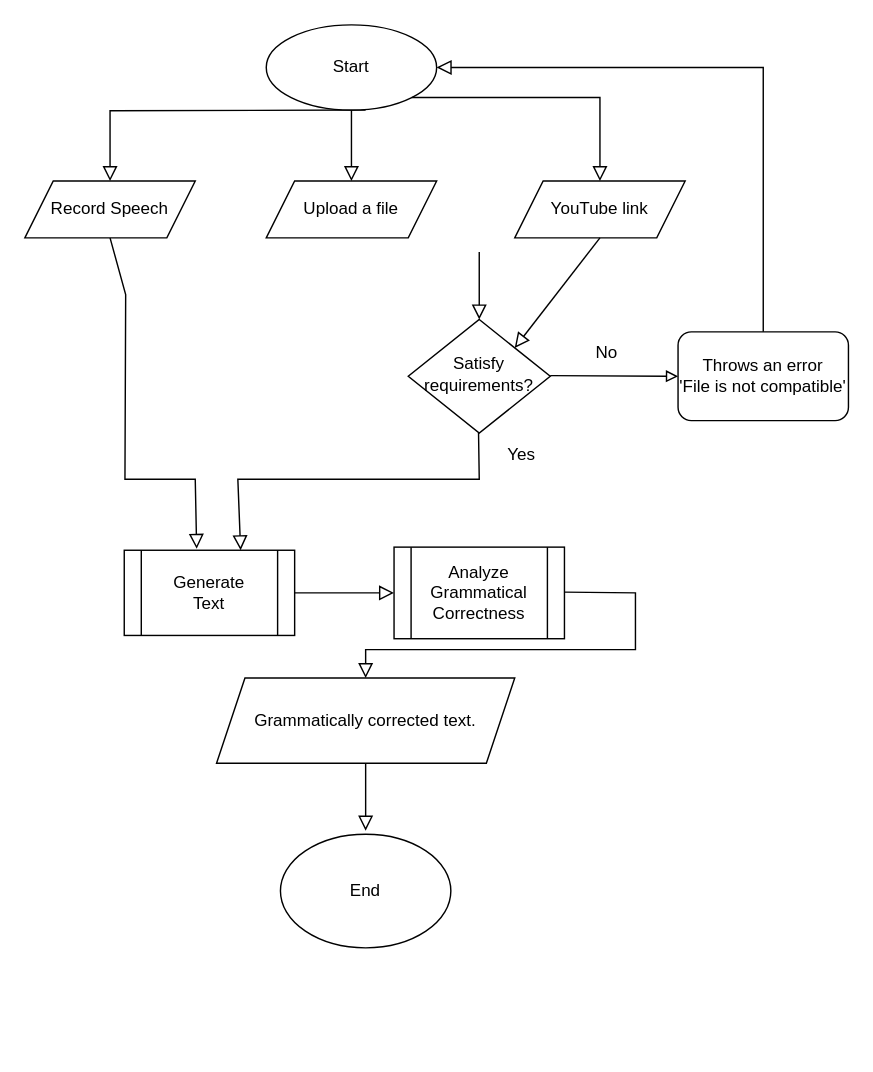
Earlier version of the draw.io diagram IPO.drawio (JVincentG/Diagrams). Source tidied: cells renumbered, new cells numbered last; positions are measured from the earlier drawing's top-left corner, leaving out a move shared by most shapes. Both pictures are drawn from the tidied source at 142%, with x=0, y=0 at pixel (24, 24).
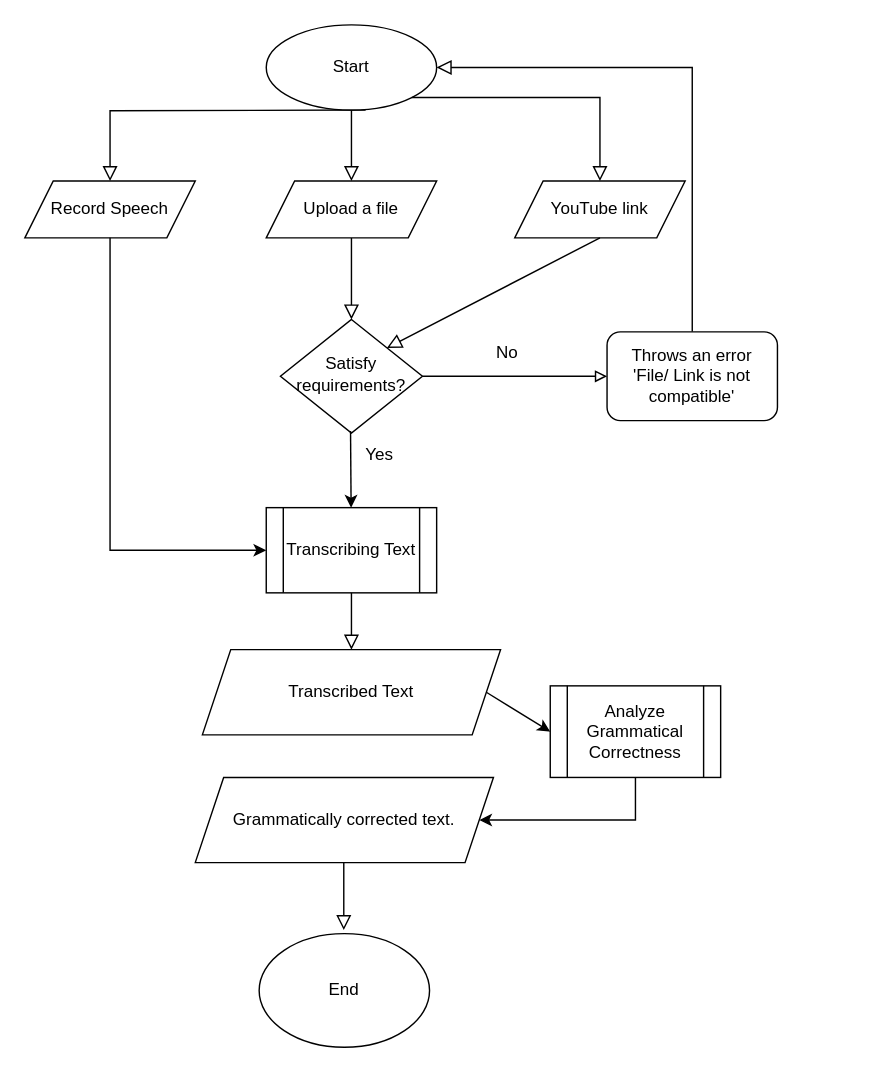
After the change.

Unchanged cells that the change refers to:
```xml
<mxCell id="10" value="Upload a file" style="shape=parallelogram;perimeter=parallelogramPerimeter;whiteSpace=wrap;html=1;fixedSize=1;" parent="1" vertex="1">
  <mxGeometry x="170" y="110" width="120" height="40" as="geometry" />
</mxCell>
<mxCell id="11" value="Record Speech" style="shape=parallelogram;perimeter=parallelogramPerimeter;whiteSpace=wrap;html=1;fixedSize=1;" parent="1" vertex="1">
  <mxGeometry y="110" width="120" height="40" as="geometry" />
</mxCell>
<mxCell id="14" value="Start" style="ellipse;whiteSpace=wrap;html=1;" parent="1" vertex="1">
  <mxGeometry x="170" width="120" height="60" as="geometry" />
</mxCell>
```

Change to the diagram source:
```diff
@@
     <mxCell id="3" value="Satisfy&lt;br&gt;requirements?" style="rhombus;whiteSpace=wrap;html=1;shadow=0;fontFamily=Helvetica;fontSize=12;align=center;strokeWidth=1;spacing=6;spacingTop=-4;" parent="1" vertex="1">
-      <mxGeometry x="270" y="207.5" width="100" height="80" as="geometry" />
+      <mxGeometry x="180" y="207.5" width="100" height="80" as="geometry" />
     </mxCell>
-    <mxCell id="4" value="Throws an error&lt;br&gt;'File is not compatible'" style="rounded=1;whiteSpace=wrap;html=1;fontSize=12;glass=0;strokeWidth=1;shadow=0;" parent="1" vertex="1">
-      <mxGeometry x="460" y="216.2" width="120" height="62.5" as="geometry" />
-    </mxCell>
-    <mxCell id="5" style="endArrow=block;html=1;rounded=0;endFill=0;" parent="1" edge="1">
+    <mxCell id="5" style="endArrow=block;html=1;rounded=0;endFill=0;exitX=1;exitY=0.5;exitDx=0;exitDy=0;" parent="1" edge="1" source="4">
       <mxGeometry relative="1" as="geometry">
-        <mxPoint x="370" y="247" as="sourcePoint" />
         <mxPoint x="460" y="247.5" as="targetPoint" />
       </mxGeometry>
     </mxCell>
     <mxCell id="6" value="No" style="text;html=1;strokeColor=none;fillColor=none;align=center;verticalAlign=middle;whiteSpace=wrap;rounded=0;" parent="1" vertex="1">
-      <mxGeometry x="380" y="216.2" width="60" height="30" as="geometry" />
+      <mxGeometry x="310" y="216.2" width="60" height="30" as="geometry" />
     </mxCell>
-    <mxCell id="7" style="endArrow=block;html=1;rounded=0;entryX=1;entryY=0.5;entryDx=0;entryDy=0;endFill=0;endSize=8;" parent="1" edge="1" target="14">
+    <mxCell id="7" style="endArrow=block;html=1;rounded=0;entryX=1;entryY=0.5;entryDx=0;entryDy=0;endFill=0;endSize=8;exitX=0.5;exitY=0;exitDx=0;exitDy=0;" parent="1" edge="1" source="4" target="14">
       <mxGeometry relative="1" as="geometry">
-        <mxPoint x="520" y="216.2" as="sourcePoint" />
         <Array as="points">
-          <mxPoint x="520" y="30" />
+          <mxPoint x="470" y="30" />
         </Array>
       </mxGeometry>
     </mxCell>
-    <mxCell id="8" style="endArrow=block;html=1;rounded=0;endFill=0;entryX=0.5;entryY=0;entryDx=0;entryDy=0;exitX=0.5;exitY=1;exitDx=0;exitDy=0;endSize=8;" parent="1" edge="1" target="3">
-      <mxGeometry relative="1" as="geometry">
-        <mxPoint x="320" y="160" as="sourcePoint" />
-      </mxGeometry>
+    <mxCell id="8" style="endArrow=block;html=1;rounded=0;endFill=0;entryX=0.5;entryY=0;entryDx=0;entryDy=0;exitX=0.5;exitY=1;exitDx=0;exitDy=0;endSize=8;" parent="1" edge="1" source="10" target="3">
+      <mxGeometry relative="1" as="geometry" />
     </mxCell>
-    <mxCell id="9" style="endArrow=block;html=1;rounded=0;endFill=0;exitX=0.5;exitY=1;exitDx=0;exitDy=0;endSize=8;entryX=0.425;entryY=-0.017;entryDx=0;entryDy=0;entryPerimeter=0;" parent="1" edge="1" source="11" target="12">
-      <mxGeometry relative="1" as="geometry">
-        <Array as="points">
-          <mxPoint x="71" y="190" />
-          <mxPoint x="70.5" y="320" />
-          <mxPoint x="120" y="320" />
-        </Array>
-      </mxGeometry>
-    </mxCell>
@@
-    <mxCell id="12" value="Generate&lt;br&gt;Text" style="shape=process;whiteSpace=wrap;html=1;backgroundOutline=1;" parent="1" vertex="1">
-      <mxGeometry x="70" y="370" width="120" height="60" as="geometry" />
+    <mxCell id="12" value="Transcribing Text" style="shape=process;whiteSpace=wrap;html=1;backgroundOutline=1;" parent="1" vertex="1">
+      <mxGeometry x="170" y="340" width="120" height="60" as="geometry" />
     </mxCell>
-    <mxCell id="13" style="endArrow=block;html=1;rounded=0;endFill=0;entryX=0;entryY=0.5;entryDx=0;entryDy=0;exitX=1;exitY=0.5;exitDx=0;exitDy=0;endSize=8;" parent="1" edge="1" source="12" target="17">
+    <mxCell id="13" style="endArrow=block;html=1;rounded=0;endFill=0;entryX=0.5;entryY=0;entryDx=0;entryDy=0;exitX=0.5;exitY=1;exitDx=0;exitDy=0;endSize=8;" parent="1" edge="1" source="12" target="27">
       <mxGeometry relative="1" as="geometry" />
     </mxCell>
@@
     <mxCell id="15" value="End" style="ellipse;whiteSpace=wrap;html=1;" parent="1" vertex="1">
-      <mxGeometry x="180" y="570" width="120" height="80" as="geometry" />
+      <mxGeometry x="165" y="640" width="120" height="80" as="geometry" />
     </mxCell>
     <mxCell id="16" style="endArrow=block;html=1;rounded=0;endFill=0;entryX=0.5;entryY=0;entryDx=0;entryDy=0;exitX=0.5;exitY=1;exitDx=0;exitDy=0;endSize=8;" parent="1" edge="1">
       <mxGeometry relative="1" as="geometry">
-        <mxPoint x="240" y="520" as="sourcePoint" />
-        <mxPoint x="240" y="567.5" as="targetPoint" />
+        <mxPoint x="224.6" y="590" as="sourcePoint" />
+        <mxPoint x="224.6" y="637.5" as="targetPoint" />
       </mxGeometry>
     </mxCell>
     <mxCell id="17" value="Analyze Grammatical Correctness" style="shape=process;whiteSpace=wrap;html=1;backgroundOutline=1;" parent="1" vertex="1">
-      <mxGeometry x="260" y="367.8" width="120" height="64.5" as="geometry" />
+      <mxGeometry x="370" y="465.5" width="120" height="64.5" as="geometry" />
     </mxCell>
-    <mxCell id="18" style="endArrow=block;html=1;rounded=0;endFill=0;entryX=0.683;entryY=0;entryDx=0;entryDy=0;exitX=0.5;exitY=1;exitDx=0;exitDy=0;endSize=8;entryPerimeter=0;" parent="1" edge="1" target="12">
-      <mxGeometry relative="1" as="geometry">
-        <mxPoint x="319.5" y="287.5" as="sourcePoint" />
-        <Array as="points">
-          <mxPoint x="320" y="320" />
-          <mxPoint x="150" y="320" />
-        </Array>
-      </mxGeometry>
-    </mxCell>
     <mxCell id="19" value="Yes" style="text;html=1;strokeColor=none;fillColor=none;align=center;verticalAlign=middle;whiteSpace=wrap;rounded=0;" parent="1" vertex="1">
-      <mxGeometry x="320" y="287.5" width="60" height="30" as="geometry" />
+      <mxGeometry x="220" y="287.5" width="60" height="30" as="geometry" />
     </mxCell>
-    <mxCell id="20" style="endArrow=block;html=1;rounded=0;endFill=0;entryX=0.5;entryY=0;entryDx=0;entryDy=0;exitX=1;exitY=0.5;exitDx=0;exitDy=0;endSize=8;" parent="1" edge="1">
-      <mxGeometry relative="1" as="geometry">
-        <mxPoint x="380" y="399.5" as="sourcePoint" />
-        <mxPoint x="240" y="460" as="targetPoint" />
-        <Array as="points">
-          <mxPoint x="430" y="400" />
-          <mxPoint x="430" y="440" />
-          <mxPoint x="240" y="440" />
-        </Array>
-      </mxGeometry>
-    </mxCell>
     <mxCell id="21" value="Grammatically corrected text." style="shape=parallelogram;perimeter=parallelogramPerimeter;whiteSpace=wrap;html=1;fixedSize=1;" parent="1" vertex="1">
-      <mxGeometry x="135" y="460" width="210" height="60" as="geometry" />
+      <mxGeometry x="120" y="530" width="210" height="60" as="geometry" />
     </mxCell>
@@
+    <mxCell id="26" style="endArrow=block;html=1;rounded=0;endFill=0;exitX=1;exitY=0.5;exitDx=0;exitDy=0;" parent="1" edge="1" source="3" target="4">
+      <mxGeometry relative="1" as="geometry" />
+    </mxCell>
+    <mxCell id="4" value="Throws an error&lt;br&gt;'File/ Link is not compatible'" style="rounded=1;whiteSpace=wrap;html=1;fontSize=12;glass=0;strokeWidth=1;shadow=0;" parent="1" vertex="1">
+      <mxGeometry x="410" y="216.2" width="120" height="62.5" as="geometry" />
+    </mxCell>
+    <mxCell id="27" value="Transcribed Text" style="shape=parallelogram;perimeter=parallelogramPerimeter;whiteSpace=wrap;html=1;fixedSize=1;" parent="1" vertex="1">
+      <mxGeometry x="125" y="440" width="210" height="60" as="geometry" />
+    </mxCell>
+    <mxCell id="28" style="endArrow=classic;html=1;rounded=0;entryX=1;entryY=0.5;entryDx=0;entryDy=0;exitX=0.5;exitY=1;exitDx=0;exitDy=0;" parent="1" edge="1" source="17" target="21">
+      <mxGeometry relative="1" as="geometry">
+        <Array as="points">
+          <mxPoint x="430" y="560" />
+        </Array>
+      </mxGeometry>
+    </mxCell>
+    <mxCell id="29" style="endArrow=classic;html=1;rounded=0;exitX=1;exitY=0.5;exitDx=0;exitDy=0;entryX=0;entryY=0.5;entryDx=0;entryDy=0;" parent="1" edge="1" source="27" target="17">
+      <mxGeometry relative="1" as="geometry" />
+    </mxCell>
+    <mxCell id="30" style="endArrow=classic;html=1;rounded=0;exitX=0.156;exitY=-0.051;exitDx=0;exitDy=0;exitPerimeter=0;" parent="1" edge="1" source="19" target="12">
+      <mxGeometry relative="1" as="geometry" />
+    </mxCell>
+    <mxCell id="9" style="endArrow=classic;html=1;rounded=0;exitX=0.5;exitY=1;exitDx=0;exitDy=0;entryX=0;entryY=0.5;entryDx=0;entryDy=0;" parent="1" edge="1" source="11" target="12">
+      <mxGeometry relative="1" as="geometry">
+        <Array as="points">
+          <mxPoint x="60" y="370" />
+        </Array>
+      </mxGeometry>
+    </mxCell>
```
